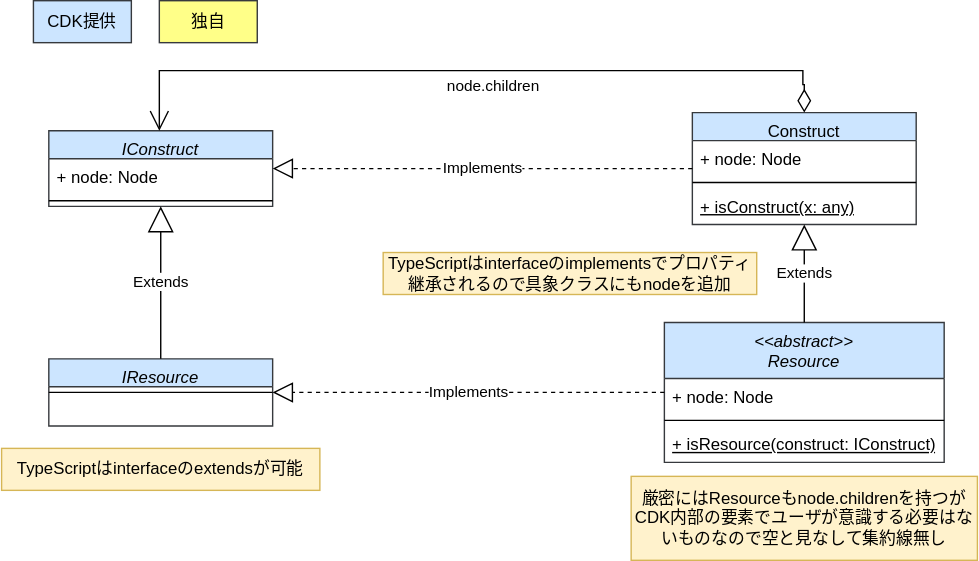
Before: drawio/composite/composite_cdk.drawio.svg, a diagram exported from draw.io (go-to-k/cdk-gof-design-pattern). Source tidied: cells renumbered, new cells last; positions are measured from the earlier drawing's top-left corner, leaving out a move shared by most shapes.
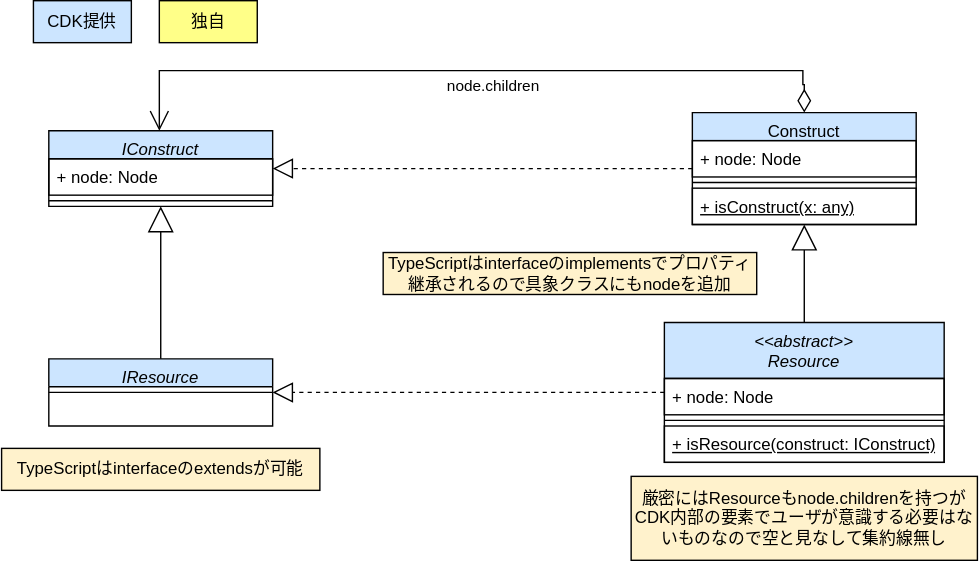
Later version of the same file.

Diff of the diagram source:
```diff
@@ -1,65 +1,65 @@
-<mxGraphModel>
+<mxGraphModel background="#ffffff">
   <root>
     <mxCell id="0" />
     <mxCell id="1" parent="0" />
-    <mxCell id="2" value="&lt;&lt;abstract&gt;&gt;&#10;Resource" style="swimlane;fontStyle=2;align=center;verticalAlign=top;horizontal=1;startSize=40;rounded=0;shadow=0;strokeWidth=1;fillColor=#cce5ff;strokeColor=#36393d;" parent="1" vertex="1">
+    <mxCell id="2" value="&lt;&lt;abstract&gt;&gt;&#10;Resource" style="swimlane;fontStyle=2;align=center;verticalAlign=top;horizontal=1;startSize=40;rounded=0;shadow=0;strokeWidth=1;fillColor=#cce5ff;strokeColor=#000000;fontColor=#000000;" parent="1" vertex="1">
       <mxGeometry x="474" y="230" width="200" height="100" as="geometry" />
     </mxCell>
-    <mxCell id="3" value="+ node:&amp;nbsp;Node" style="text;strokeColor=none;fillColor=none;align=left;verticalAlign=top;spacingLeft=4;spacingRight=4;overflow=hidden;whiteSpace=wrap;html=1;" parent="2" vertex="1">
+    <mxCell id="3" value="+ node:&amp;nbsp;Node" style="text;strokeColor=#000000;fillColor=none;align=left;verticalAlign=top;spacingLeft=4;spacingRight=4;overflow=hidden;whiteSpace=wrap;html=1;fontColor=#000000;" parent="2" vertex="1">
       <mxGeometry y="40" width="200" height="26" as="geometry" />
     </mxCell>
-    <mxCell id="4" style="line;html=1;strokeWidth=1;align=left;verticalAlign=middle;spacingTop=-1;spacingLeft=3;spacingRight=3;labelPosition=right;" parent="2" vertex="1">
+    <mxCell id="4" style="line;html=1;strokeWidth=1;align=left;verticalAlign=middle;spacingTop=-1;spacingLeft=3;spacingRight=3;labelPosition=right;strokeColor=#000000;fontColor=#000000;" parent="2" vertex="1">
       <mxGeometry y="66" width="200" height="8" as="geometry" />
     </mxCell>
-    <mxCell id="5" value="&lt;u&gt;+ isResource(construct: IConstruct)&lt;/u&gt;" style="text;strokeColor=none;fillColor=none;align=left;verticalAlign=top;spacingLeft=4;spacingRight=4;overflow=hidden;whiteSpace=wrap;html=1;" parent="2" vertex="1">
+    <mxCell id="5" value="&lt;u&gt;+ isResource(construct: IConstruct)&lt;/u&gt;" style="text;strokeColor=#000000;fillColor=none;align=left;verticalAlign=top;spacingLeft=4;spacingRight=4;overflow=hidden;whiteSpace=wrap;html=1;fontColor=#000000;" parent="2" vertex="1">
       <mxGeometry y="74" width="200" height="26" as="geometry" />
     </mxCell>
-    <mxCell id="6" value="Construct" style="swimlane;fontStyle=0;align=center;verticalAlign=top;horizontal=1;startSize=20;rounded=0;shadow=0;strokeWidth=1;fillColor=#cce5ff;strokeColor=#36393d;" parent="1" vertex="1">
+    <mxCell id="6" value="Construct" style="swimlane;fontStyle=0;align=center;verticalAlign=top;horizontal=1;startSize=20;rounded=0;shadow=0;strokeWidth=1;fillColor=#cce5ff;strokeColor=#000000;fontColor=#000000;" parent="1" vertex="1">
       <mxGeometry x="494" y="80" width="160" height="80" as="geometry" />
     </mxCell>
-    <mxCell id="7" value="+ node:&amp;nbsp;Node" style="text;strokeColor=none;fillColor=none;align=left;verticalAlign=top;spacingLeft=4;spacingRight=4;overflow=hidden;whiteSpace=wrap;html=1;" parent="6" vertex="1">
+    <mxCell id="7" value="+ node:&amp;nbsp;Node" style="text;strokeColor=#000000;fillColor=none;align=left;verticalAlign=top;spacingLeft=4;spacingRight=4;overflow=hidden;whiteSpace=wrap;html=1;fontColor=#000000;" parent="6" vertex="1">
       <mxGeometry y="20" width="160" height="26" as="geometry" />
     </mxCell>
-    <mxCell id="8" style="line;html=1;strokeWidth=1;align=left;verticalAlign=middle;spacingTop=-1;spacingLeft=3;spacingRight=3;labelPosition=right;" parent="6" vertex="1">
+    <mxCell id="8" style="line;html=1;strokeWidth=1;align=left;verticalAlign=middle;spacingTop=-1;spacingLeft=3;spacingRight=3;labelPosition=right;strokeColor=#000000;fontColor=#000000;" parent="6" vertex="1">
       <mxGeometry y="46" width="160" height="8" as="geometry" />
     </mxCell>
-    <mxCell id="9" value="&lt;u&gt;+&amp;nbsp;isConstruct(x: any)&lt;/u&gt;" style="text;strokeColor=none;fillColor=none;align=left;verticalAlign=top;spacingLeft=4;spacingRight=4;overflow=hidden;whiteSpace=wrap;html=1;" parent="6" vertex="1">
+    <mxCell id="9" value="&lt;u&gt;+&amp;nbsp;isConstruct(x: any)&lt;/u&gt;" style="text;strokeColor=#000000;fillColor=none;align=left;verticalAlign=top;spacingLeft=4;spacingRight=4;overflow=hidden;whiteSpace=wrap;html=1;fontColor=#000000;" parent="6" vertex="1">
       <mxGeometry y="54" width="160" height="26" as="geometry" />
     </mxCell>
-    <mxCell id="10" value="IResource" style="swimlane;fontStyle=2;align=center;verticalAlign=top;horizontal=1;startSize=20;rounded=0;shadow=0;strokeWidth=1;fillColor=#cce5ff;strokeColor=#36393d;" parent="1" vertex="1">
+    <mxCell id="10" value="IResource" style="swimlane;fontStyle=2;align=center;verticalAlign=top;horizontal=1;startSize=20;rounded=0;shadow=0;strokeWidth=1;fillColor=#cce5ff;strokeColor=#000000;fontColor=#000000;" parent="1" vertex="1">
       <mxGeometry x="34" y="256" width="160" height="48" as="geometry" />
     </mxCell>
-    <mxCell id="11" style="line;html=1;strokeWidth=1;align=left;verticalAlign=middle;spacingTop=-1;spacingLeft=3;spacingRight=3;labelPosition=right;" parent="10" vertex="1">
+    <mxCell id="11" style="line;html=1;strokeWidth=1;align=left;verticalAlign=middle;spacingTop=-1;spacingLeft=3;spacingRight=3;labelPosition=right;strokeColor=#000000;fontColor=#000000;" parent="10" vertex="1">
       <mxGeometry y="20" width="160" height="8" as="geometry" />
     </mxCell>
-    <mxCell id="12" value="IConstruct" style="swimlane;fontStyle=2;align=center;verticalAlign=top;horizontal=1;startSize=20;rounded=0;shadow=0;strokeWidth=1;fillColor=#cce5ff;strokeColor=#36393d;" parent="1" vertex="1">
+    <mxCell id="12" value="IConstruct" style="swimlane;fontStyle=2;align=center;verticalAlign=top;horizontal=1;startSize=20;rounded=0;shadow=0;strokeWidth=1;fillColor=#cce5ff;strokeColor=#000000;fontColor=#000000;" parent="1" vertex="1">
       <mxGeometry x="34" y="93" width="160" height="54" as="geometry" />
     </mxCell>
-    <mxCell id="13" value="+ node:&amp;nbsp;Node" style="text;strokeColor=none;fillColor=none;align=left;verticalAlign=top;spacingLeft=4;spacingRight=4;overflow=hidden;whiteSpace=wrap;html=1;" parent="12" vertex="1">
+    <mxCell id="13" value="+ node:&amp;nbsp;Node" style="text;strokeColor=#000000;fillColor=none;align=left;verticalAlign=top;spacingLeft=4;spacingRight=4;overflow=hidden;whiteSpace=wrap;html=1;fontColor=#000000;" parent="12" vertex="1">
       <mxGeometry y="20" width="160" height="26" as="geometry" />
     </mxCell>
-    <mxCell id="14" style="line;html=1;strokeWidth=1;align=left;verticalAlign=middle;spacingTop=-1;spacingLeft=3;spacingRight=3;labelPosition=right;" parent="12" vertex="1">
+    <mxCell id="14" style="line;html=1;strokeWidth=1;align=left;verticalAlign=middle;spacingTop=-1;spacingLeft=3;spacingRight=3;labelPosition=right;strokeColor=#000000;fontColor=#000000;" parent="12" vertex="1">
       <mxGeometry y="46" width="160" height="8" as="geometry" />
     </mxCell>
-    <mxCell id="15" value="Implements" style="endArrow=block;dashed=1;endFill=0;endSize=12;html=1;rounded=0;entryX=1;entryY=0.5;entryDx=0;entryDy=0;exitX=0;exitY=0.5;exitDx=0;exitDy=0;" parent="1" edge="1" source="6" target="12">
+    <mxCell id="15" style="endArrow=block;dashed=1;endFill=0;endSize=12;html=1;rounded=0;entryX=1;entryY=0.5;entryDx=0;entryDy=0;exitX=0;exitY=0.5;exitDx=0;exitDy=0;strokeColor=#000000;fontColor=#000000;labelBackgroundColor=none;" parent="1" edge="1" source="6" target="12">
       <mxGeometry relative="1" as="geometry" />
     </mxCell>
-    <mxCell id="16" value="Extends" style="endArrow=block;endSize=16;endFill=0;html=1;rounded=0;entryX=0.5;entryY=1;entryDx=0;entryDy=0;" parent="1" edge="1" source="2" target="6">
+    <mxCell id="16" style="endArrow=block;endSize=16;endFill=0;html=1;rounded=0;entryX=0.5;entryY=1;entryDx=0;entryDy=0;strokeColor=#000000;fontColor=#000000;labelBorderColor=none;labelBackgroundColor=none;" parent="1" edge="1" source="2" target="6">
       <mxGeometry relative="1" as="geometry" />
     </mxCell>
-    <mxCell id="17" value="Implements" style="endArrow=block;dashed=1;endFill=0;endSize=12;html=1;rounded=0;entryX=1;entryY=0.5;entryDx=0;entryDy=0;exitX=0;exitY=0.5;exitDx=0;exitDy=0;" parent="1" edge="1" source="2" target="10">
+    <mxCell id="17" style="endArrow=block;dashed=1;endFill=0;endSize=12;html=1;rounded=0;entryX=1;entryY=0.5;entryDx=0;entryDy=0;exitX=0;exitY=0.5;exitDx=0;exitDy=0;strokeColor=#000000;fontColor=#000000;labelBackgroundColor=none;" parent="1" edge="1" source="2" target="10">
       <mxGeometry relative="1" as="geometry" />
     </mxCell>
-    <mxCell id="18" value="Extends" style="endArrow=block;endSize=16;endFill=0;html=1;rounded=0;entryX=0.5;entryY=1;entryDx=0;entryDy=0;exitX=0.5;exitY=0;exitDx=0;exitDy=0;" parent="1" edge="1" source="10" target="12">
+    <mxCell id="18" style="endArrow=block;endSize=16;endFill=0;html=1;rounded=0;entryX=0.5;entryY=1;entryDx=0;entryDy=0;exitX=0.5;exitY=0;exitDx=0;exitDy=0;strokeColor=#000000;fontColor=#000000;labelBorderColor=none;labelBackgroundColor=none;" parent="1" edge="1" source="10" target="12">
       <mxGeometry relative="1" as="geometry" />
     </mxCell>
-    <mxCell id="19" value="厳密にはResourceもnode.childrenを持つがCDK内部の要素でユーザが意識する必要はないものなので空と見なして集約線無し" style="text;html=1;strokeColor=#d6b656;fillColor=#fff2cc;align=center;verticalAlign=middle;whiteSpace=wrap;rounded=0;fontColor=#000000;" parent="1" vertex="1">
+    <mxCell id="19" value="厳密にはResourceもnode.childrenを持つがCDK内部の要素でユーザが意識する必要はないものなので空と見なして集約線無し" style="text;html=1;strokeColor=#000000;fillColor=#fff2cc;align=center;verticalAlign=middle;whiteSpace=wrap;rounded=0;fontColor=#000000;" parent="1" vertex="1">
       <mxGeometry x="450.2" y="340" width="247.5" height="60" as="geometry" />
     </mxCell>
-    <mxCell id="20" value="TypeScriptはinterfaceのimplementsでプロパティ継承されるので具象クラスにもnodeを追加" style="text;html=1;strokeColor=#d6b656;fillColor=#fff2cc;align=center;verticalAlign=middle;whiteSpace=wrap;rounded=0;fontColor=#000000;" parent="1" vertex="1">
+    <mxCell id="20" value="TypeScriptはinterfaceのimplementsでプロパティ継承されるので具象クラスにもnodeを追加" style="text;html=1;strokeColor=#000000;fillColor=#fff2cc;align=center;verticalAlign=middle;whiteSpace=wrap;rounded=0;fontColor=#000000;" parent="1" vertex="1">
       <mxGeometry x="273" y="180" width="267" height="30" as="geometry" />
     </mxCell>
-    <mxCell id="21" value="node.children" style="endArrow=open;html=1;endSize=12;startArrow=diamondThin;startSize=14;startFill=0;edgeStyle=orthogonalEdgeStyle;align=left;verticalAlign=bottom;rounded=0;exitX=0.5;exitY=0;exitDx=0;exitDy=0;" parent="1" edge="1" source="6" target="12">
+    <mxCell id="21" value="node.children" style="endArrow=open;html=1;endSize=12;startArrow=diamondThin;startSize=14;startFill=0;edgeStyle=orthogonalEdgeStyle;align=left;verticalAlign=bottom;rounded=0;exitX=0.5;exitY=0;exitDx=0;exitDy=0;strokeColor=#000000;fontColor=#000000;labelBackgroundColor=none;" parent="1" edge="1" source="6" target="12">
       <mxGeometry x="0.07" y="20" relative="1" as="geometry">
         <Array as="points">
           <mxPoint x="574" y="60" />
@@ -69,13 +69,13 @@
         </Array>
       </mxGeometry>
     </mxCell>
-    <mxCell id="22" value="TypeScriptはinterfaceのextendsが可能" style="text;html=1;strokeColor=#d6b656;fillColor=#fff2cc;align=center;verticalAlign=middle;whiteSpace=wrap;rounded=0;fontColor=#000000;" parent="1" vertex="1">
+    <mxCell id="22" value="TypeScriptはinterfaceのextendsが可能" style="text;html=1;strokeColor=#000000;fillColor=#fff2cc;align=center;verticalAlign=middle;whiteSpace=wrap;rounded=0;fontColor=#000000;" parent="1" vertex="1">
       <mxGeometry x="0.2" y="320" width="227.5" height="30" as="geometry" />
     </mxCell>
-    <mxCell id="23" value="独自" style="rounded=0;whiteSpace=wrap;html=1;fillColor=#ffff88;strokeColor=#36393d;" parent="1" vertex="1">
+    <mxCell id="23" value="独自" style="rounded=0;whiteSpace=wrap;html=1;fillColor=#ffff88;strokeColor=#000000;fontColor=#000000;" parent="1" vertex="1">
       <mxGeometry x="113" width="70" height="30" as="geometry" />
     </mxCell>
-    <mxCell id="24" value="CDK提供" style="rounded=0;whiteSpace=wrap;html=1;fillColor=#cce5ff;strokeColor=#36393d;" parent="1" vertex="1">
+    <mxCell id="24" value="CDK提供" style="rounded=0;whiteSpace=wrap;html=1;fillColor=#cce5ff;strokeColor=#000000;fontColor=#000000;" parent="1" vertex="1">
       <mxGeometry x="23" width="70" height="30" as="geometry" />
     </mxCell>
   </root>
```
